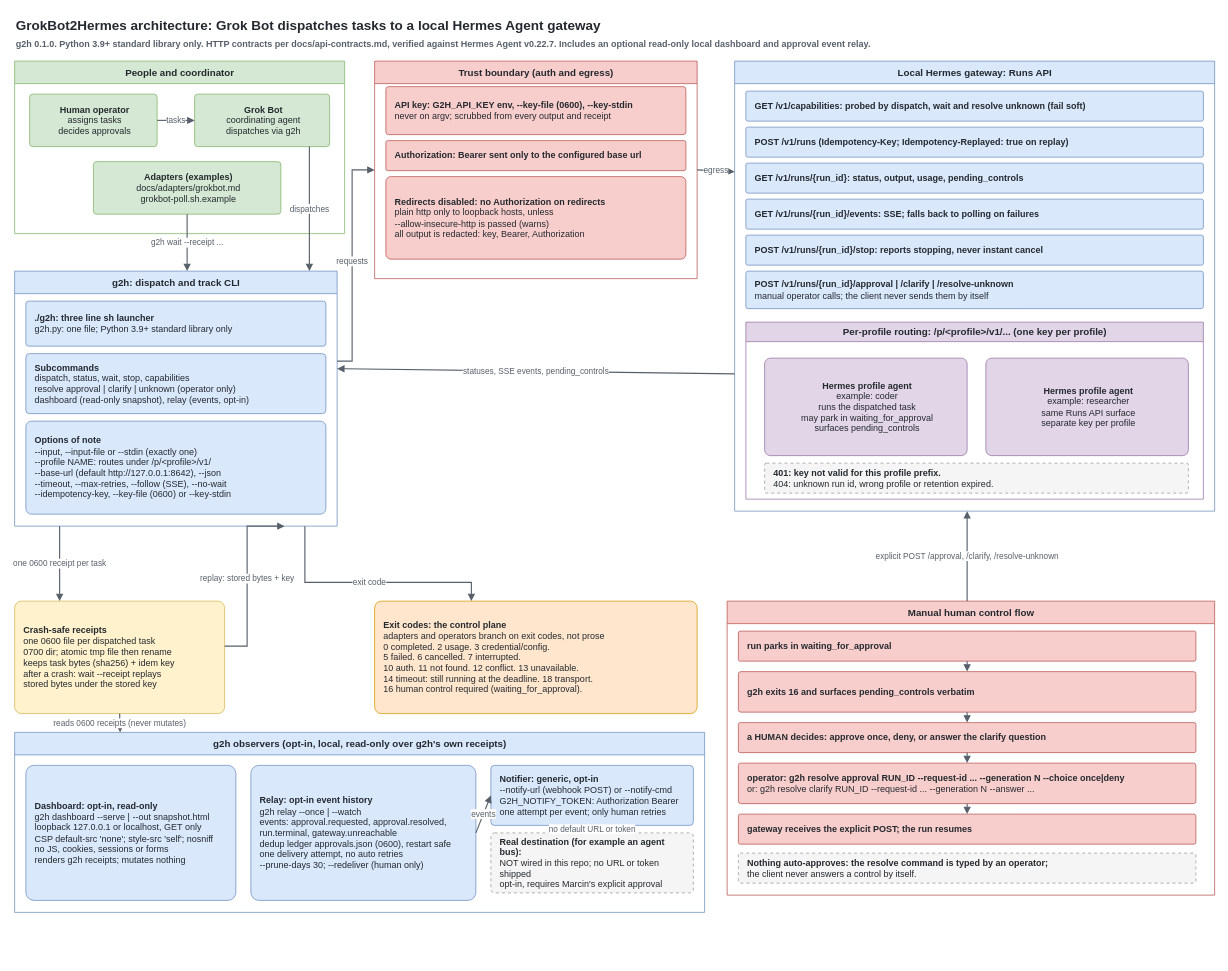
Above: docs/architecture/grokbot2hermes.drawio in dziduchm/grokbot2hermes (draw.io), before the change. Source tidied: cells renumbered, new cells numbered last; positions are measured from the earlier drawing's top-left corner, leaving out a move shared by most shapes. Both pictures are drawn from the tidied source at 75%, with x=0, y=0 at pixel (14, 13).
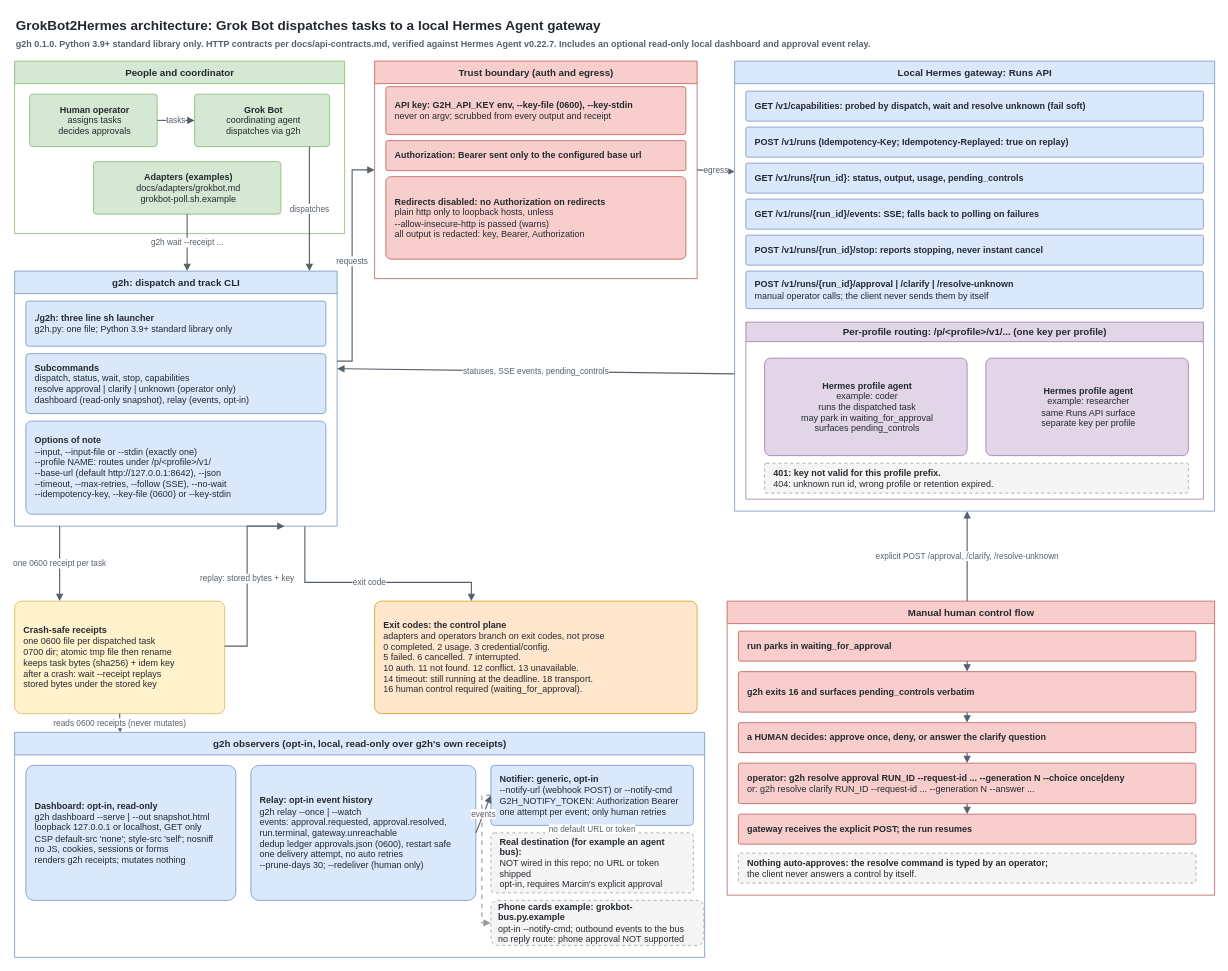
Above is the later version.

Commit message (it also covers changes not shown here):
feat: outbound Grok Bot phone notification cards (bus example adapter)

The change refers to these unchanged cells:
```xml
<mxCell id="38" value="&lt;b&gt;Notifier: generic, opt-in&lt;/b&gt;&lt;br&gt;--notify-url (webhook POST) or --notify-cmd&lt;br&gt;G2H_NOTIFY_TOKEN: Authorization Bearer&lt;br&gt;one attempt per event; only human retries" style="rounded=1;arcSize=6;html=1;whiteSpace=wrap;fillColor=#dae8fc;strokeColor=#6c8ebf;fontColor=#24292f;fontSize=12;align=left;verticalAlign=middle;spacingLeft=10;spacingRight=6;spacing=2;shadow=0;" parent="9" vertex="1">
  <mxGeometry x="635" y="44" width="270" height="80" as="geometry" />
</mxCell>
```

Change to the diagram source:
```diff
@@
     <mxCell id="9" value="g2h observers (opt-in, local, read-only over g2h's own receipts)" style="swimlane;html=1;startSize=30;fillColor=#dae8fc;swimlaneFillColor=#ffffff;strokeColor=#6c8ebf;fontColor=#24292f;fontSize=13;fontStyle=1;align=center;rounded=0;shadow=0;" parent="1" vertex="1">
-      <mxGeometry y="959" width="920" height="240" as="geometry" />
+      <mxGeometry y="959" width="920" height="300" as="geometry" />
     </mxCell>
@@
+    <mxCell id="57" value="&lt;b&gt;Phone cards example: grokbot-bus.py.example&lt;/b&gt;&lt;br&gt;opt-in --notify-cmd; outbound events to the bus&lt;br&gt;no reply route: phone approval NOT supported" style="rounded=1;whiteSpace=wrap;html=1;dashed=1;dashPattern=4 4;fillColor=#f5f5f5;strokeColor=#999999;fontColor=#24292f;align=left;verticalAlign=middle;spacingLeft=8;spacingRight=6;fontSize=12;" parent="9" vertex="1">
+      <mxGeometry x="635" y="224" width="284" height="60" as="geometry" />
+    </mxCell>
+    <mxCell id="58" style="edgeStyle=none;html=1;rounded=0;curved=0;dashed=1;dashPattern=4 4;strokeColor=#999999;strokeWidth=1.5;endArrow=block;endFill=1;startArrow=none;exitX=0;exitY=0.5;entryX=0;entryY=0.5;exitDx=0;exitDy=0;entryDx=0;entryDy=0;" parent="9" edge="1" source="38" target="57">
+      <mxGeometry relative="1" as="geometry">
+        <Array as="points">
+          <mxPoint x="623" y="84" />
+          <mxPoint x="623" y="254" />
+        </Array>
+      </mxGeometry>
+    </mxCell>
```
